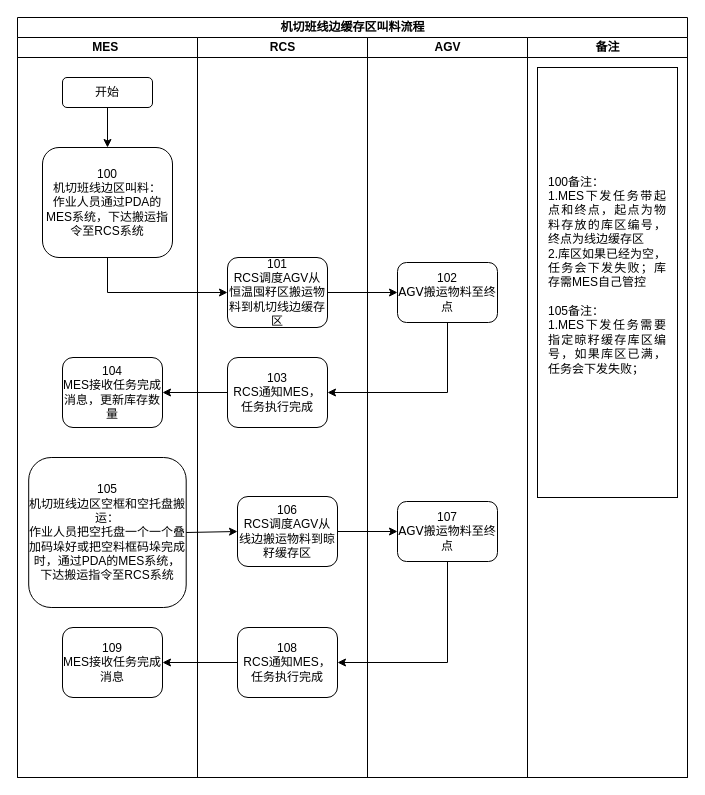
Before: page "机切班线边空框搬运流程" (2 of 19) of data/伍子醉作业流程图0221.drawio in chenyanxi/hosts, a draw.io diagram. Source tidied: cells renumbered, new cells numbered last; positions are measured from the earlier drawing's top-left corner, leaving out a move shared by most shapes. Both pictures are drawn from the tidied source at 100%, with x=0, y=0 at pixel (17, 17).
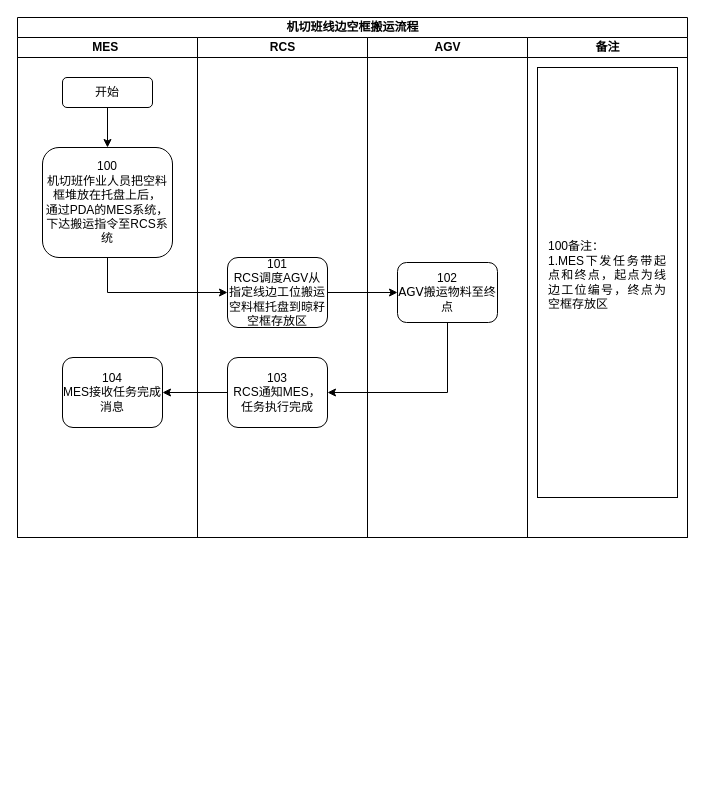
Above is the later version.

The edit, as a diff of the source:
```diff
@@
-    <mxCell id="2" value="&lt;font style=&quot;font-size: 12px;&quot;&gt;机切班线边缓存区叫料流程&lt;/font&gt;" style="swimlane;html=1;startSize=20;rounded=0;shadow=0;labelBackgroundColor=none;strokeWidth=1;fontFamily=Verdana;fontSize=8;align=center;" parent="1" vertex="1">
-      <mxGeometry width="670" height="760" as="geometry" />
+    <mxCell id="2" value="&lt;font style=&quot;font-size: 12px;&quot;&gt;机切班线边空框搬运流程&lt;/font&gt;" style="swimlane;html=1;startSize=20;rounded=0;shadow=0;labelBackgroundColor=none;strokeWidth=1;fontFamily=Verdana;fontSize=8;align=center;" parent="1" vertex="1">
+      <mxGeometry width="670" height="520" as="geometry" />
     </mxCell>
     <mxCell id="3" value="&amp;nbsp; &amp;nbsp; &amp;nbsp; &amp;nbsp; &amp;nbsp; &amp;nbsp; &amp;nbsp; &amp;nbsp; &amp;nbsp; &amp;nbsp; &amp;nbsp; MES" style="swimlane;html=1;startSize=20;align=left;" parent="2" vertex="1">
-      <mxGeometry y="20" width="350" height="740" as="geometry" />
+      <mxGeometry y="20" width="350" height="500" as="geometry" />
     </mxCell>
@@
-    <mxCell id="5" value="&lt;font style=&quot;font-size: 12px;&quot; face=&quot;Helvetica&quot;&gt;100&lt;br&gt;机切班线边区叫料：&lt;br&gt;&lt;/font&gt;&lt;div&gt;&lt;font style=&quot;font-size: 12px;&quot; face=&quot;Helvetica&quot;&gt;作业人员通过PDA的MES系统，下达搬运指令至RCS系统&lt;/font&gt;&lt;/div&gt;" style="rounded=1;whiteSpace=wrap;html=1;shadow=0;labelBackgroundColor=none;strokeWidth=1;fontFamily=Verdana;fontSize=8;align=center;" parent="3" vertex="1">
+    <mxCell id="5" value="&lt;font style=&quot;font-size: 12px;&quot; face=&quot;Helvetica&quot;&gt;100&lt;br&gt;机切班作业人员把空料框堆放在托盘上后，&lt;br&gt;&lt;/font&gt;&lt;div&gt;&lt;font style=&quot;font-size: 12px;&quot; face=&quot;Helvetica&quot;&gt;通过PDA的MES系统，下达搬运指令至RCS系统&lt;/font&gt;&lt;/div&gt;" style="rounded=1;whiteSpace=wrap;html=1;shadow=0;labelBackgroundColor=none;strokeWidth=1;fontFamily=Verdana;fontSize=8;align=center;" parent="3" vertex="1">
       <mxGeometry x="25" y="110" width="130" height="110" as="geometry" />
     </mxCell>
-    <mxCell id="6" value="&lt;font style=&quot;font-size: 12px;&quot; face=&quot;Helvetica&quot;&gt;105&lt;br&gt;机切班线边区空框和空托盘搬运：&lt;br&gt;&lt;/font&gt;&lt;div&gt;&lt;font face=&quot;Helvetica&quot;&gt;&lt;span style=&quot;font-size: 12px;&quot;&gt;作业人员把空托盘一个一个叠加码垛好或把空料框码垛完成时，&lt;/span&gt;&lt;/font&gt;&lt;span style=&quot;font-family: Helvetica; font-size: 12px; background-color: initial;&quot;&gt;通过PDA的MES系统，下达搬运指令至RCS系统&lt;/span&gt;&lt;/div&gt;" style="rounded=1;whiteSpace=wrap;html=1;shadow=0;labelBackgroundColor=none;strokeWidth=1;fontFamily=Verdana;fontSize=8;align=center;" parent="3" vertex="1">
-      <mxGeometry x="11.2" y="420" width="157.5" height="150" as="geometry" />
-    </mxCell>
@@
-    <mxCell id="8" value="&lt;font style=&quot;font-size: 12px;&quot; face=&quot;Helvetica&quot;&gt;104&lt;/font&gt;&lt;div&gt;&lt;span style=&quot;font-family: Helvetica; font-size: 12px;&quot;&gt;MES接收任务完成消息，更新库存数量&lt;/span&gt;&lt;/div&gt;" style="rounded=1;whiteSpace=wrap;html=1;shadow=0;labelBackgroundColor=none;strokeWidth=1;fontFamily=Verdana;fontSize=8;align=center;" parent="3" vertex="1">
+    <mxCell id="8" value="&lt;font style=&quot;font-size: 12px;&quot; face=&quot;Helvetica&quot;&gt;104&lt;/font&gt;&lt;div&gt;&lt;span style=&quot;font-family: Helvetica; font-size: 12px;&quot;&gt;MES接收任务完成消息&lt;/span&gt;&lt;/div&gt;" style="rounded=1;whiteSpace=wrap;html=1;shadow=0;labelBackgroundColor=none;strokeWidth=1;fontFamily=Verdana;fontSize=8;align=center;" parent="3" vertex="1">
       <mxGeometry x="45" y="320" width="100" height="70" as="geometry" />
     </mxCell>
     <mxCell id="9" value="RCS" style="swimlane;html=1;startSize=20;" parent="3" vertex="1">
-      <mxGeometry x="180" width="170" height="740" as="geometry" />
+      <mxGeometry x="180" width="170" height="500" as="geometry" />
     </mxCell>
-    <mxCell id="10" value="&lt;font style=&quot;font-size: 12px;&quot; face=&quot;Helvetica&quot;&gt;101&lt;/font&gt;&lt;div&gt;&lt;font style=&quot;font-size: 12px;&quot; face=&quot;Helvetica&quot;&gt;RCS调度AGV从恒温囤籽区搬运物料到机切线边缓存区&lt;/font&gt;&lt;/div&gt;" style="rounded=1;whiteSpace=wrap;html=1;shadow=0;labelBackgroundColor=none;strokeWidth=1;fontFamily=Verdana;fontSize=8;align=center;" parent="9" vertex="1">
+    <mxCell id="10" value="&lt;font style=&quot;font-size: 12px;&quot; face=&quot;Helvetica&quot;&gt;101&lt;/font&gt;&lt;div&gt;&lt;font style=&quot;font-size: 12px;&quot; face=&quot;Helvetica&quot;&gt;RCS调度AGV从指定线边工位搬运空料框托盘到晾籽空框存放区&lt;/font&gt;&lt;/div&gt;" style="rounded=1;whiteSpace=wrap;html=1;shadow=0;labelBackgroundColor=none;strokeWidth=1;fontFamily=Verdana;fontSize=8;align=center;" parent="9" vertex="1">
       <mxGeometry x="30" y="220" width="100" height="70" as="geometry" />
     </mxCell>
@@
-    <mxCell id="12" value="&lt;font style=&quot;font-size: 12px;&quot; face=&quot;Helvetica&quot;&gt;106&lt;/font&gt;&lt;div&gt;&lt;font style=&quot;font-size: 12px;&quot; face=&quot;Helvetica&quot;&gt;RCS调度AGV从线边搬运物料到晾籽缓存区&lt;/font&gt;&lt;/div&gt;" style="rounded=1;whiteSpace=wrap;html=1;shadow=0;labelBackgroundColor=none;strokeWidth=1;fontFamily=Verdana;fontSize=8;align=center;" parent="9" vertex="1">
-      <mxGeometry x="40" y="459" width="100" height="70" as="geometry" />
-    </mxCell>
-    <mxCell id="13" value="&lt;font style=&quot;font-size: 12px;&quot; face=&quot;Helvetica&quot;&gt;108&lt;/font&gt;&lt;div&gt;&lt;font style=&quot;font-size: 12px;&quot; face=&quot;Helvetica&quot;&gt;RCS通知MES，任务执行完成&lt;/font&gt;&lt;/div&gt;" style="rounded=1;whiteSpace=wrap;html=1;shadow=0;labelBackgroundColor=none;strokeWidth=1;fontFamily=Verdana;fontSize=8;align=center;" parent="9" vertex="1">
-      <mxGeometry x="40" y="590" width="100" height="70" as="geometry" />
-    </mxCell>
@@
-    <mxCell id="16" style="endArrow=classic;html=1;rounded=0;exitX=1;exitY=0.5;exitDx=0;exitDy=0;entryX=0;entryY=0.5;entryDx=0;entryDy=0;" parent="3" edge="1" source="6" target="12">
-      <mxGeometry relative="1" as="geometry" />
-    </mxCell>
-    <mxCell id="17" value="&lt;font style=&quot;font-size: 12px;&quot; face=&quot;Helvetica&quot;&gt;109&lt;/font&gt;&lt;div&gt;&lt;span style=&quot;font-family: Helvetica; font-size: 12px;&quot;&gt;MES接收任务完成消息&lt;/span&gt;&lt;/div&gt;" style="rounded=1;whiteSpace=wrap;html=1;shadow=0;labelBackgroundColor=none;strokeWidth=1;fontFamily=Verdana;fontSize=8;align=center;" parent="3" vertex="1">
-      <mxGeometry x="45" y="590" width="100" height="70" as="geometry" />
-    </mxCell>
-    <mxCell id="18" style="endArrow=classic;html=1;rounded=0;exitX=0;exitY=0.5;exitDx=0;exitDy=0;entryX=1;entryY=0.5;entryDx=0;entryDy=0;" parent="3" edge="1" source="13" target="17">
-      <mxGeometry relative="1" as="geometry" />
-    </mxCell>
     <mxCell id="19" value="AGV" style="swimlane;html=1;startSize=20;" parent="2" vertex="1">
-      <mxGeometry x="350" y="20" width="160" height="740" as="geometry" />
+      <mxGeometry x="350" y="20" width="160" height="500" as="geometry" />
     </mxCell>
@@
-    <mxCell id="21" value="&lt;font style=&quot;font-size: 12px;&quot; face=&quot;Helvetica&quot;&gt;107&lt;/font&gt;&lt;div&gt;&lt;font style=&quot;font-size: 12px;&quot;&gt;AGV搬运物料至终点&lt;/font&gt;&lt;/div&gt;" style="rounded=1;whiteSpace=wrap;html=1;shadow=0;labelBackgroundColor=none;strokeWidth=1;fontFamily=Verdana;fontSize=8;align=center;" parent="19" vertex="1">
-      <mxGeometry x="30" y="464" width="100" height="60" as="geometry" />
-    </mxCell>
     <mxCell id="22" value="备注" style="swimlane;html=1;startSize=20;" parent="2" vertex="1">
-      <mxGeometry x="510" y="20" width="160" height="740" as="geometry" />
+      <mxGeometry x="510" y="20" width="160" height="500" as="geometry" />
     </mxCell>
-    <mxCell id="23" value="&lt;div style=&quot;text-align: justify;&quot;&gt;100备注：&lt;/div&gt;&lt;div style=&quot;text-align: justify;&quot;&gt;&lt;div&gt;&lt;span style=&quot;text-align: center;&quot;&gt;1.MES下发任务带起点和终点，起点为物料存放的库区编号，终点为线边缓存区&lt;/span&gt;&lt;/div&gt;&lt;div&gt;&lt;span style=&quot;text-align: center;&quot;&gt;2.库区如果已经为空，任务会下发失败；库存需MES自己管控&lt;/span&gt;&lt;/div&gt;&lt;div&gt;&lt;span style=&quot;text-align: center;&quot;&gt;&lt;br&gt;&lt;/span&gt;&lt;/div&gt;&lt;div&gt;&lt;span style=&quot;text-align: center;&quot;&gt;105备注：&lt;/span&gt;&lt;/div&gt;&lt;div&gt;&lt;span style=&quot;text-align: center;&quot;&gt;1.MES下发任务需要指定晾籽缓存库区编号，如果库区已满，任务会下发失败；&lt;/span&gt;&lt;/div&gt;&lt;/div&gt;&lt;div style=&quot;text-align: justify;&quot;&gt;&lt;div&gt;&lt;br&gt;&lt;/div&gt;&lt;/div&gt;" style="rounded=0;whiteSpace=wrap;html=1;spacingTop=5;spacingLeft=10;spacingBottom=5;spacingRight=10;" parent="22" vertex="1">
+    <mxCell id="23" value="&lt;div style=&quot;text-align: justify;&quot;&gt;100备注：&lt;/div&gt;&lt;div style=&quot;text-align: justify;&quot;&gt;&lt;div&gt;&lt;span style=&quot;text-align: center;&quot;&gt;1.MES下发任务带起点和终点，起点为线边工位编号，终点为空框存放区&lt;/span&gt;&lt;/div&gt;&lt;div&gt;&lt;br&gt;&lt;/div&gt;&lt;/div&gt;" style="rounded=0;whiteSpace=wrap;html=1;spacingTop=5;spacingLeft=10;spacingBottom=5;spacingRight=10;" parent="22" vertex="1">
       <mxGeometry x="10" y="30" width="140" height="430" as="geometry" />
     </mxCell>
@@
-    <mxCell id="26" style="endArrow=classic;html=1;rounded=0;exitX=1;exitY=0.5;exitDx=0;exitDy=0;entryX=0;entryY=0.5;entryDx=0;entryDy=0;" parent="2" edge="1" source="12" target="21">
-      <mxGeometry relative="1" as="geometry" />
-    </mxCell>
-    <mxCell id="27" style="endArrow=classic;html=1;rounded=0;exitX=0.5;exitY=1;exitDx=0;exitDy=0;entryX=1;entryY=0.5;entryDx=0;entryDy=0;" parent="2" edge="1" source="21" target="13">
-      <mxGeometry relative="1" as="geometry">
-        <Array as="points">
-          <mxPoint x="430" y="645" />
-        </Array>
-      </mxGeometry>
-    </mxCell>
```
